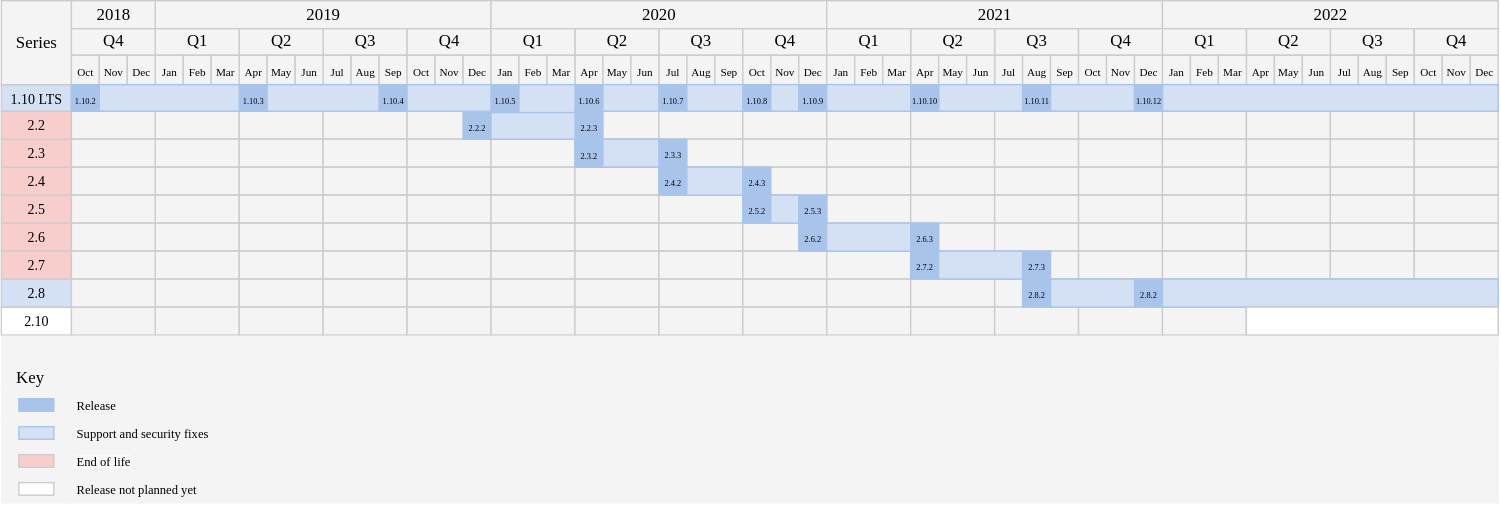
Earlier version of the draw.io export doc/release/releases_calendar.svg (tarantool/doc). Source tidied: cells renumbered, new cells last; positions are measured from the earlier drawing's top-left corner, leaving out a move shared by most shapes.
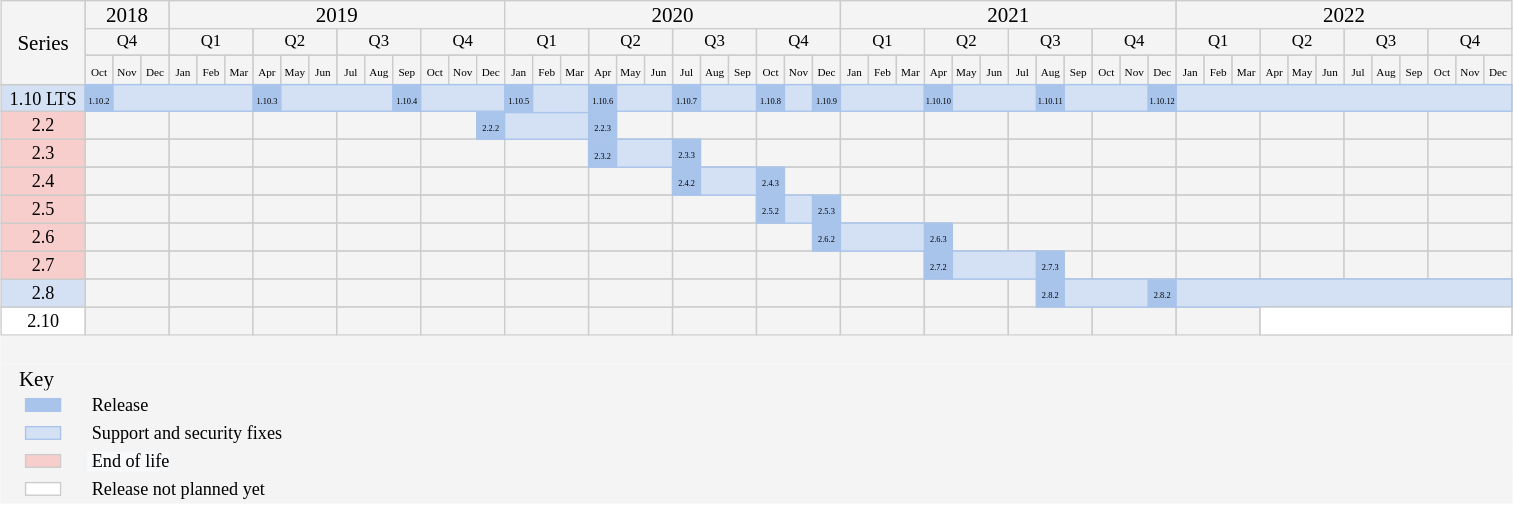
After the commit.

Commit message:
Increased the size of the fonts in the diagram

Fixes #1025

Change to the diagram source:
```diff
@@ -185,7 +185,7 @@
     <mxCell id="62" value="&lt;font style=&quot;font-size: 8px&quot; face=&quot;VK Sans Text&quot;&gt;Mar&lt;/font&gt;" style="strokeWidth=1;fontStyle=0;html=1;fillColor=#F4F4F4;strokeColor=#CCCCCC;" parent="1" vertex="1">
       <mxGeometry x="150" y="39" width="20" height="21" as="geometry" />
     </mxCell>
-    <mxCell id="63" value="&lt;font face=&quot;VK Sans Text&quot;&gt;2019&lt;/font&gt;" style="strokeWidth=1;fontStyle=0;html=1;fillColor=#F4F4F4;strokeColor=#CCCCCC;" parent="1" vertex="1">
+    <mxCell id="63" value="&lt;font face=&quot;VK Sans Text&quot; style=&quot;font-size: 15px&quot;&gt;2019&lt;/font&gt;" style="strokeWidth=1;fontStyle=0;html=1;fillColor=#F4F4F4;strokeColor=#CCCCCC;" parent="1" vertex="1">
       <mxGeometry x="110" width="240" height="20" as="geometry" />
     </mxCell>
     <mxCell id="64" value="&lt;font face=&quot;VK Sans Text&quot;&gt;Q4&lt;/font&gt;" style="strokeWidth=1;fontStyle=0;html=1;fillColor=#F4F4F4;strokeColor=#CCCCCC;" parent="1" vertex="1">
@@ -200,38 +200,38 @@
     <mxCell id="67" value="&lt;font style=&quot;font-size: 8px&quot; face=&quot;VK Sans Text&quot;&gt;Dec&lt;/font&gt;" style="strokeWidth=1;fontStyle=0;html=1;fillColor=#F4F4F4;strokeColor=#CCCCCC;" parent="1" vertex="1">
       <mxGeometry x="90" y="39" width="20" height="21" as="geometry" />
     </mxCell>
-    <mxCell id="68" value="&lt;font face=&quot;VK Sans Text&quot;&gt;2018&lt;/font&gt;" style="strokeWidth=1;fontStyle=0;html=1;fillColor=#F4F4F4;strokeColor=#CCCCCC;" parent="1" vertex="1">
+    <mxCell id="68" value="&lt;font face=&quot;VK Sans Text&quot; style=&quot;font-size: 15px&quot;&gt;2018&lt;/font&gt;" style="strokeWidth=1;fontStyle=0;html=1;fillColor=#F4F4F4;strokeColor=#CCCCCC;" parent="1" vertex="1">
       <mxGeometry x="50" width="60" height="20" as="geometry" />
     </mxCell>
-    <mxCell id="69" value="&lt;span style=&quot;font-size: 10px&quot;&gt;&lt;font face=&quot;VK Sans Text&quot;&gt;2.10&lt;/font&gt;&lt;/span&gt;" style="align=center;html=1;strokeColor=#CCCCCC;" parent="1" vertex="1">
-      <mxGeometry y="219" width="50" height="20" as="geometry" />
+    <mxCell id="69" value="&lt;font face=&quot;VK Sans Text&quot; style=&quot;font-size: 13px&quot;&gt;2.10&lt;/font&gt;" style="align=center;html=1;strokeColor=#CCCCCC;" parent="1" vertex="1">
+      <mxGeometry x="-10" y="219" width="60" height="20" as="geometry" />
     </mxCell>
-    <mxCell id="70" value="&lt;span style=&quot;font-size: 10px&quot;&gt;&lt;font face=&quot;VK Sans Text&quot;&gt;2.8&lt;/font&gt;&lt;/span&gt;" style="align=center;strokeColor=#CCCCCC;html=1;fillColor=#D4E1F5;" parent="1" vertex="1">
-      <mxGeometry y="199" width="50" height="20" as="geometry" />
+    <mxCell id="70" value="&lt;font face=&quot;VK Sans Text&quot; style=&quot;font-size: 13px&quot;&gt;2.8&lt;/font&gt;" style="align=center;strokeColor=#CCCCCC;html=1;fillColor=#D4E1F5;" parent="1" vertex="1">
+      <mxGeometry x="-10" y="199" width="60" height="20" as="geometry" />
     </mxCell>
-    <mxCell id="71" value="&lt;span style=&quot;font-size: 10px&quot;&gt;&lt;font face=&quot;VK Sans Text&quot;&gt;2.7&lt;/font&gt;&lt;/span&gt;" style="align=center;strokeColor=#CCCCCC;html=1;fillColor=#f8cecc;" parent="1" vertex="1">
-      <mxGeometry y="179" width="50" height="20" as="geometry" />
+    <mxCell id="71" value="&lt;font face=&quot;VK Sans Text&quot; style=&quot;font-size: 13px&quot;&gt;2.7&lt;/font&gt;" style="align=center;strokeColor=#CCCCCC;html=1;fillColor=#f8cecc;" parent="1" vertex="1">
+      <mxGeometry x="-10" y="179" width="60" height="20" as="geometry" />
     </mxCell>
-    <mxCell id="72" value="&lt;span style=&quot;font-size: 10px&quot;&gt;&lt;font face=&quot;VK Sans Text&quot;&gt;2.6&lt;/font&gt;&lt;/span&gt;" style="align=center;strokeColor=#CCCCCC;html=1;fillColor=#f8cecc;" parent="1" vertex="1">
-      <mxGeometry y="159" width="50" height="20" as="geometry" />
+    <mxCell id="72" value="&lt;font face=&quot;VK Sans Text&quot; style=&quot;font-size: 13px&quot;&gt;2.6&lt;/font&gt;" style="align=center;strokeColor=#CCCCCC;html=1;fillColor=#f8cecc;" parent="1" vertex="1">
+      <mxGeometry x="-10" y="159" width="60" height="20" as="geometry" />
     </mxCell>
-    <mxCell id="73" value="&lt;span style=&quot;font-size: 10px&quot;&gt;&lt;font face=&quot;VK Sans Text&quot;&gt;2.5&lt;/font&gt;&lt;/span&gt;" style="align=center;strokeColor=#CCCCCC;html=1;fillColor=#f8cecc;" parent="1" vertex="1">
-      <mxGeometry y="139" width="50" height="20" as="geometry" />
+    <mxCell id="73" value="&lt;font face=&quot;VK Sans Text&quot; style=&quot;font-size: 13px&quot;&gt;2.5&lt;/font&gt;" style="align=center;strokeColor=#CCCCCC;html=1;fillColor=#f8cecc;" parent="1" vertex="1">
+      <mxGeometry x="-10" y="139" width="60" height="20" as="geometry" />
     </mxCell>
-    <mxCell id="74" value="&lt;span style=&quot;font-size: 10px&quot;&gt;&lt;font face=&quot;VK Sans Text&quot;&gt;2.4&lt;/font&gt;&lt;/span&gt;" style="align=center;strokeColor=#CCCCCC;html=1;fillColor=#f8cecc;" parent="1" vertex="1">
-      <mxGeometry y="119" width="50" height="20" as="geometry" />
+    <mxCell id="74" value="&lt;font face=&quot;VK Sans Text&quot; style=&quot;font-size: 13px&quot;&gt;2.4&lt;/font&gt;" style="align=center;strokeColor=#CCCCCC;html=1;fillColor=#f8cecc;" parent="1" vertex="1">
+      <mxGeometry x="-10" y="119" width="60" height="20" as="geometry" />
     </mxCell>
-    <mxCell id="75" value="&lt;span style=&quot;font-size: 10px&quot;&gt;&lt;font face=&quot;VK Sans Text&quot;&gt;2.3&lt;/font&gt;&lt;/span&gt;" style="align=center;strokeColor=#CCCCCC;html=1;fillColor=#f8cecc;" parent="1" vertex="1">
-      <mxGeometry y="99" width="50" height="20" as="geometry" />
+    <mxCell id="75" value="&lt;font face=&quot;VK Sans Text&quot; style=&quot;font-size: 13px&quot;&gt;2.3&lt;/font&gt;" style="align=center;strokeColor=#CCCCCC;html=1;fillColor=#f8cecc;" parent="1" vertex="1">
+      <mxGeometry x="-10" y="99" width="60" height="20" as="geometry" />
     </mxCell>
-    <mxCell id="76" value="&lt;font style=&quot;font-size: 10px&quot; face=&quot;VK Sans Text&quot;&gt;2.2&lt;/font&gt;" style="align=center;strokeColor=#CCCCCC;html=1;fillColor=#f8cecc;" parent="1" vertex="1">
-      <mxGeometry y="79" width="50" height="20" as="geometry" />
+    <mxCell id="76" value="&lt;font style=&quot;font-size: 13px&quot; face=&quot;VK Sans Text&quot;&gt;2.2&lt;/font&gt;" style="align=center;strokeColor=#CCCCCC;html=1;fillColor=#f8cecc;" parent="1" vertex="1">
+      <mxGeometry x="-10" y="79" width="60" height="20" as="geometry" />
     </mxCell>
-    <mxCell id="77" value="&lt;font style=&quot;font-size: 10px&quot; face=&quot;VK Sans Text&quot;&gt;1.10 LTS&lt;/font&gt;" style="align=center;strokeColor=#CCCCCC;html=1;fillColor=#D4E1F5;" parent="1" vertex="1">
-      <mxGeometry y="60" width="50" height="19" as="geometry" />
+    <mxCell id="77" value="&lt;font style=&quot;font-size: 13px&quot; face=&quot;VK Sans Text&quot;&gt;1.10 LTS&lt;/font&gt;" style="align=center;strokeColor=#CCCCCC;html=1;fillColor=#D4E1F5;" parent="1" vertex="1">
+      <mxGeometry x="-10" y="60" width="60" height="19" as="geometry" />
     </mxCell>
-    <mxCell id="78" value="&lt;div style=&quot;text-align: justify&quot;&gt;&lt;font face=&quot;VK Sans Text&quot; style=&quot;font-size: 12px&quot;&gt;Series&lt;/font&gt;&lt;/div&gt;" style="strokeWidth=1;fontStyle=0;html=1;fillColor=#F4F4F4;strokeColor=#CCCCCC;" parent="1" vertex="1">
-      <mxGeometry width="50" height="60" as="geometry" />
+    <mxCell id="78" value="&lt;div style=&quot;text-align: justify&quot;&gt;&lt;font face=&quot;VK Sans Text&quot; style=&quot;font-size: 15px&quot;&gt;Series&lt;/font&gt;&lt;/div&gt;" style="strokeWidth=1;fontStyle=0;html=1;fillColor=#F4F4F4;strokeColor=#CCCCCC;" parent="1" vertex="1">
+      <mxGeometry x="-10" width="60" height="60" as="geometry" />
     </mxCell>
     <mxCell id="79" value="&lt;font face=&quot;VK Sans Text&quot;&gt;Q3&lt;/font&gt;" style="strokeWidth=1;fontStyle=0;html=1;fillColor=#F4F4F4;strokeColor=#CCCCCC;" parent="1" vertex="1">
       <mxGeometry x="470" y="19" width="60" height="20" as="geometry" />
@@ -386,7 +386,7 @@
     <mxCell id="129" value="&lt;font style=&quot;font-size: 8px&quot; face=&quot;VK Sans Text&quot;&gt;Mar&lt;/font&gt;" style="strokeWidth=1;fontStyle=0;html=1;fillColor=#F4F4F4;strokeColor=#CCCCCC;" parent="1" vertex="1">
       <mxGeometry x="390" y="39" width="20" height="21" as="geometry" />
     </mxCell>
-    <mxCell id="130" value="&lt;font face=&quot;VK Sans Text&quot;&gt;2020&lt;/font&gt;" style="strokeWidth=1;fontStyle=0;html=1;fillColor=#F4F4F4;strokeColor=#CCCCCC;" parent="1" vertex="1">
+    <mxCell id="130" value="&lt;font face=&quot;VK Sans Text&quot; style=&quot;font-size: 15px&quot;&gt;2020&lt;/font&gt;" style="strokeWidth=1;fontStyle=0;html=1;fillColor=#F4F4F4;strokeColor=#CCCCCC;" parent="1" vertex="1">
       <mxGeometry x="350" width="240" height="20" as="geometry" />
     </mxCell>
     <mxCell id="131" value="&lt;font face=&quot;VK Sans Text&quot;&gt;Q3&lt;/font&gt;" style="strokeWidth=1;fontStyle=0;html=1;fillColor=#F4F4F4;strokeColor=#CCCCCC;" parent="1" vertex="1">
@@ -545,7 +545,7 @@
     <mxCell id="182" value="&lt;font style=&quot;font-size: 8px&quot; face=&quot;VK Sans Text&quot;&gt;Mar&lt;/font&gt;" style="strokeWidth=1;fontStyle=0;html=1;fillColor=#F4F4F4;strokeColor=#CCCCCC;" parent="1" vertex="1">
       <mxGeometry x="630" y="39" width="20" height="21" as="geometry" />
     </mxCell>
-    <mxCell id="183" value="&lt;font face=&quot;VK Sans Text&quot;&gt;2021&lt;/font&gt;" style="strokeWidth=1;fontStyle=0;html=1;fillColor=#F4F4F4;strokeColor=#CCCCCC;" parent="1" vertex="1">
+    <mxCell id="183" value="&lt;font face=&quot;VK Sans Text&quot; style=&quot;font-size: 15px&quot;&gt;2021&lt;/font&gt;" style="strokeWidth=1;fontStyle=0;html=1;fillColor=#F4F4F4;strokeColor=#CCCCCC;" parent="1" vertex="1">
       <mxGeometry x="590" width="240" height="20" as="geometry" />
     </mxCell>
     <mxCell id="184" value="&lt;font face=&quot;VK Sans Text&quot;&gt;Q3&lt;/font&gt;" style="strokeWidth=1;fontStyle=0;html=1;fillColor=#F4F4F4;strokeColor=#CCCCCC;" parent="1" vertex="1">
@@ -704,7 +704,7 @@
     <mxCell id="235" value="&lt;font style=&quot;font-size: 8px&quot; face=&quot;VK Sans Text&quot;&gt;Mar&lt;/font&gt;" style="strokeWidth=1;fontStyle=0;html=1;fillColor=#F4F4F4;strokeColor=#CCCCCC;" parent="1" vertex="1">
       <mxGeometry x="870" y="39" width="20" height="21" as="geometry" />
     </mxCell>
-    <mxCell id="236" value="&lt;font face=&quot;VK Sans Text&quot;&gt;2022&lt;/font&gt;" style="strokeWidth=1;fontStyle=0;html=1;fillColor=#F4F4F4;strokeColor=#CCCCCC;" parent="1" vertex="1">
+    <mxCell id="236" value="&lt;font face=&quot;VK Sans Text&quot; style=&quot;font-size: 15px&quot;&gt;2022&lt;/font&gt;" style="strokeWidth=1;fontStyle=0;html=1;fillColor=#F4F4F4;strokeColor=#CCCCCC;" parent="1" vertex="1">
       <mxGeometry x="830" width="240" height="20" as="geometry" />
     </mxCell>
     <mxCell id="237" value="&lt;font style=&quot;font-size: 6px&quot; face=&quot;VK Sans Text&quot;&gt;1.10.2&lt;/font&gt;" style="align=center;strokeColor=#A9C4EB;html=1;fillColor=#A9C4EB;" parent="1" vertex="1">
@@ -846,46 +846,46 @@
       <mxGeometry x="890" y="219" width="180" height="20" as="geometry" />
     </mxCell>
     <mxCell id="283" style="align=left;strokeColor=#F4F4F4;html=1;fillColor=#F4F4F4;" parent="1" vertex="1">
-      <mxGeometry y="240" width="1070" height="19" as="geometry" />
+      <mxGeometry x="-10" y="240" width="1080" height="19" as="geometry" />
     </mxCell>
-    <mxCell id="284" value="&lt;font style=&quot;font-size: 12px&quot; face=&quot;VK Sans Text&quot;&gt;&amp;nbsp; &amp;nbsp;Key&lt;/font&gt;" style="align=left;strokeColor=#F4F4F4;html=1;fillColor=#F4F4F4;" parent="1" vertex="1">
-      <mxGeometry y="260" width="1070" height="19" as="geometry" />
+    <mxCell id="284" value="&lt;font style=&quot;font-size: 15px&quot; face=&quot;VK Sans Text&quot;&gt;&amp;nbsp; &amp;nbsp;Key&lt;/font&gt;" style="align=left;strokeColor=#F4F4F4;html=1;fillColor=#F4F4F4;" parent="1" vertex="1">
+      <mxGeometry x="-10" y="260" width="1080" height="19" as="geometry" />
     </mxCell>
-    <mxCell id="285" value="&lt;font style=&quot;font-size: 9px&quot; face=&quot;VK Sans Text&quot;&gt;&amp;nbsp;Release&lt;/font&gt;" style="align=left;strokeColor=#F4F4F4;html=1;fillColor=#F4F4F4;" parent="1" vertex="1">
+    <mxCell id="285" value="&lt;font style=&quot;font-size: 13px&quot; face=&quot;VK Sans Text&quot;&gt;&amp;nbsp;Release&lt;/font&gt;" style="align=left;strokeColor=#F4F4F4;html=1;fillColor=#F4F4F4;" parent="1" vertex="1">
       <mxGeometry x="50" y="279" width="1020" height="20" as="geometry" />
     </mxCell>
-    <mxCell id="286" value="&lt;span style=&quot;font-size: 9px&quot;&gt;&lt;font face=&quot;VK Sans Text&quot;&gt;&amp;nbsp;Support and security fixes&lt;/font&gt;&lt;/span&gt;" style="align=left;strokeColor=#F4F4F4;html=1;fillColor=#F4F4F4;" parent="1" vertex="1">
+    <mxCell id="286" value="&lt;font face=&quot;VK Sans Text&quot; style=&quot;font-size: 13px&quot;&gt;&amp;nbsp;Support and security fixes&lt;/font&gt;" style="align=left;strokeColor=#F4F4F4;html=1;fillColor=#F4F4F4;" parent="1" vertex="1">
       <mxGeometry x="50" y="299" width="1020" height="20" as="geometry" />
     </mxCell>
-    <mxCell id="287" value="&lt;span style=&quot;color: rgb(0 , 0 , 0) ; font-size: 9px ; font-style: normal ; font-weight: 400 ; letter-spacing: normal ; text-align: left ; text-indent: 0px ; text-transform: none ; word-spacing: 0px ; background-color: rgb(248 , 249 , 250) ; display: inline ; float: none&quot;&gt;&lt;font face=&quot;VK Sans Text&quot;&gt;&amp;nbsp;End of life&lt;/font&gt;&lt;/span&gt;" style="align=left;strokeColor=#F4F4F4;html=1;fillColor=#F4F4F4;" parent="1" vertex="1">
+    <mxCell id="287" value="&lt;span style=&quot;color: rgb(0 , 0 , 0) ; font-style: normal ; font-weight: 400 ; letter-spacing: normal ; text-align: left ; text-indent: 0px ; text-transform: none ; word-spacing: 0px ; background-color: rgb(248 , 249 , 250) ; display: inline ; float: none&quot;&gt;&lt;font face=&quot;VK Sans Text&quot; style=&quot;font-size: 13px&quot;&gt;&amp;nbsp;End of life&lt;/font&gt;&lt;/span&gt;" style="align=left;strokeColor=#F4F4F4;html=1;fillColor=#F4F4F4;" parent="1" vertex="1">
       <mxGeometry x="50" y="319" width="1020" height="20" as="geometry" />
     </mxCell>
-    <mxCell id="288" value="&lt;span style=&quot;font-size: 9px&quot;&gt;&lt;font face=&quot;VK Sans Text&quot;&gt;&amp;nbsp;Release not planned yet&lt;/font&gt;&lt;/span&gt;" style="align=left;strokeColor=#F4F4F4;html=1;fillColor=#F4F4F4;" parent="1" vertex="1">
+    <mxCell id="288" value="&lt;font face=&quot;VK Sans Text&quot; style=&quot;font-size: 13px&quot;&gt;&amp;nbsp;Release not planned yet&lt;/font&gt;" style="align=left;strokeColor=#F4F4F4;html=1;fillColor=#F4F4F4;" parent="1" vertex="1">
       <mxGeometry x="50" y="339" width="1020" height="20" as="geometry" />
     </mxCell>
     <mxCell id="289" style="align=left;strokeColor=#F4F4F4;html=1;fillColor=#F4F4F4;" parent="1" vertex="1">
-      <mxGeometry y="279" width="50" height="20" as="geometry" />
+      <mxGeometry x="-10" y="279" width="60" height="20" as="geometry" />
     </mxCell>
     <mxCell id="290" style="align=left;strokeColor=#F4F4F4;html=1;fillColor=#F4F4F4;" parent="1" vertex="1">
-      <mxGeometry y="299" width="50" height="20" as="geometry" />
+      <mxGeometry x="-10" y="299" width="60" height="20" as="geometry" />
     </mxCell>
     <mxCell id="291" style="align=left;strokeColor=#F4F4F4;html=1;fillColor=#F4F4F4;" parent="1" vertex="1">
-      <mxGeometry y="319" width="50" height="20" as="geometry" />
+      <mxGeometry x="-10" y="319" width="60" height="20" as="geometry" />
     </mxCell>
     <mxCell id="292" style="align=left;strokeColor=#F4F4F4;html=1;fillColor=#F4F4F4;" parent="1" vertex="1">
-      <mxGeometry y="339" width="50" height="20" as="geometry" />
+      <mxGeometry x="-10" y="339" width="60" height="20" as="geometry" />
     </mxCell>
     <mxCell id="293" style="align=center;strokeColor=#A9C4EB;html=1;fillColor=#A9C4EB;" parent="1" vertex="1">
-      <mxGeometry x="12.5" y="284.5" width="25" height="9" as="geometry" />
+      <mxGeometry x="7.5" y="284.5" width="25" height="9" as="geometry" />
     </mxCell>
     <mxCell id="294" style="align=center;strokeColor=#A9C4EB;html=1;fillColor=#D4E1F5;" parent="1" vertex="1">
-      <mxGeometry x="12.5" y="304.5" width="25" height="9" as="geometry" />
+      <mxGeometry x="7.5" y="304.5" width="25" height="9" as="geometry" />
     </mxCell>
     <mxCell id="295" style="align=center;strokeColor=#CCCCCC;html=1;fillColor=#f8cecc;" parent="1" vertex="1">
-      <mxGeometry x="12.5" y="324.5" width="25" height="9" as="geometry" />
+      <mxGeometry x="7.5" y="324.5" width="25" height="9" as="geometry" />
     </mxCell>
     <mxCell id="296" style="align=center;html=1;strokeColor=#CCCCCC;" parent="1" vertex="1">
-      <mxGeometry x="12.5" y="344.5" width="25" height="9" as="geometry" />
+      <mxGeometry x="7.5" y="344.5" width="25" height="9" as="geometry" />
     </mxCell>
   </root>
 </mxGraphModel>
```
